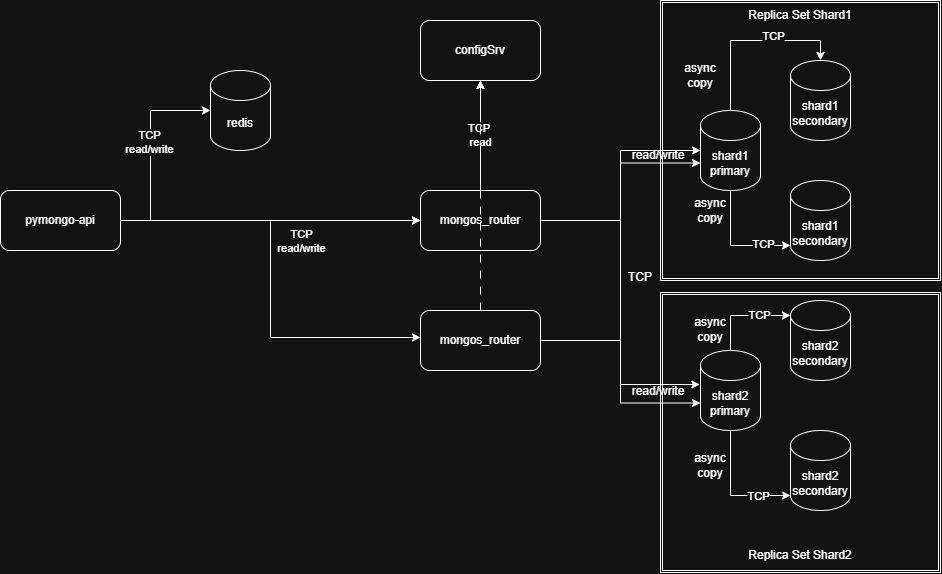
The draw.io diagram diagrams/task1_3.drawio.png in DevSMike/architecture-black_friday, before a commit. Source tidied: cells renumbered, new cells last; positions are measured from the earlier drawing's top-left corner, leaving out a move shared by most shapes.
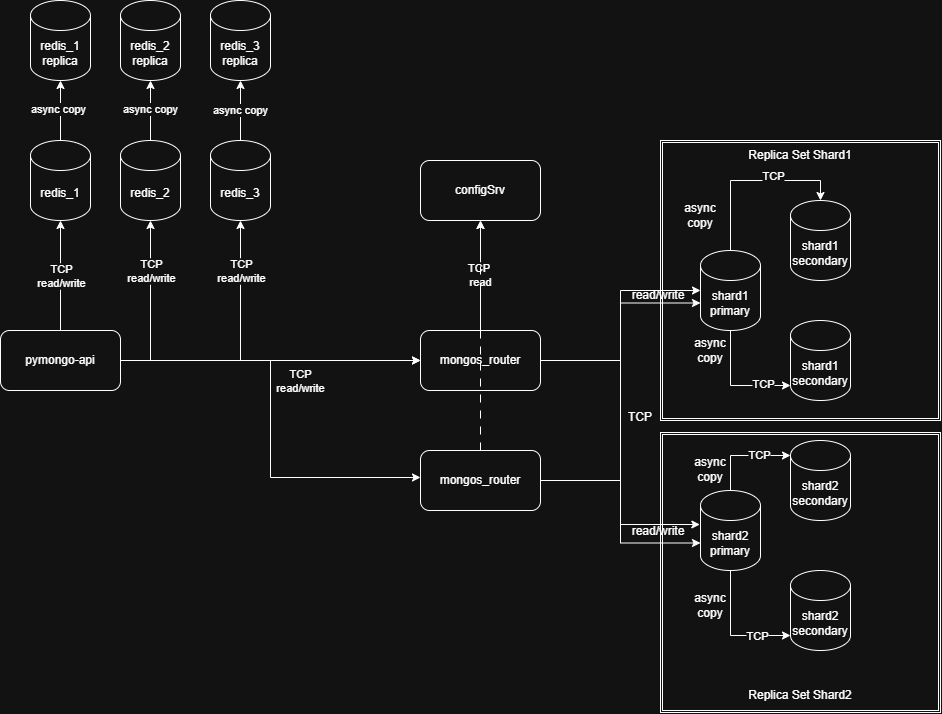
Above is the later version.

The edit, as a diff of the source:
```diff
@@ -117,19 +117,20 @@
     <mxCell id="38" value="async copy" style="text;html=1;whiteSpace=wrap;strokeColor=none;fillColor=none;align=center;verticalAlign=middle;rounded=0;" parent="1" vertex="1">
       <mxGeometry x="680" y="450" width="60" height="30" as="geometry" />
     </mxCell>
-    <mxCell id="39" value="redis" style="shape=cylinder3;whiteSpace=wrap;html=1;boundedLbl=1;backgroundOutline=1;size=15;" parent="1" vertex="1">
-      <mxGeometry x="210" y="70" width="60" height="80" as="geometry" />
+    <mxCell id="39" value="redis_2" style="shape=cylinder3;whiteSpace=wrap;html=1;boundedLbl=1;backgroundOutline=1;size=15;" parent="1" vertex="1">
+      <mxGeometry x="120" width="60" height="80" as="geometry" />
     </mxCell>
-    <mxCell id="40" style="edgeStyle=orthogonalEdgeStyle;rounded=0;jettySize=auto;html=1;entryX=0;entryY=0.5;entryDx=0;entryDy=0;entryPerimeter=0;defaultLabelBackgroundColor=page;" parent="1" edge="1" source="8" target="39">
-      <mxGeometry relative="1" as="geometry">
+    <mxCell id="40" style="edgeStyle=orthogonalEdgeStyle;rounded=0;jettySize=auto;html=1;entryX=0.5;entryY=1;entryDx=0;entryDy=0;entryPerimeter=0;defaultLabelBackgroundColor=page;" parent="1" edge="1" source="8" target="39">
+      <mxGeometry x="0.42" relative="1" as="geometry">
         <Array as="points">
           <mxPoint x="150" y="220" />
-          <mxPoint x="150" y="110" />
         </Array>
       </mxGeometry>
     </mxCell>
     <mxCell id="41" value="TCP&lt;div&gt;read/write&lt;/div&gt;" style="edgeLabel;html=1;align=center;verticalAlign=middle;inheritText=1;defaultLabelBackgroundColor=page;" parent="40" vertex="1">
-      <mxGeometry x="0.09" y="2" relative="1" as="geometry" />
+      <mxGeometry x="0.55" y="2" relative="1" as="geometry">
+        <mxPoint x="2" y="12" as="offset" />
+      </mxGeometry>
     </mxCell>
     <mxCell id="42" value="Replica Set Shard1" style="text;html=1;whiteSpace=wrap;strokeColor=none;fillColor=none;align=center;verticalAlign=middle;rounded=0;" parent="1" vertex="1">
       <mxGeometry x="740" width="120" height="30" as="geometry" />
@@ -137,5 +138,54 @@
     <mxCell id="43" value="Replica Set Shard2" style="text;html=1;whiteSpace=wrap;strokeColor=none;fillColor=none;align=center;verticalAlign=middle;rounded=0;" parent="1" vertex="1">
       <mxGeometry x="740" y="540" width="120" height="30" as="geometry" />
     </mxCell>
+    <mxCell id="44" value="redis_3" style="shape=cylinder3;whiteSpace=wrap;html=1;boundedLbl=1;backgroundOutline=1;size=15;" parent="1" vertex="1">
+      <mxGeometry x="210" width="60" height="80" as="geometry" />
+    </mxCell>
+    <mxCell id="45" value="redis_1" style="shape=cylinder3;whiteSpace=wrap;html=1;boundedLbl=1;backgroundOutline=1;size=15;" parent="1" vertex="1">
+      <mxGeometry x="30" width="60" height="80" as="geometry" />
+    </mxCell>
+    <mxCell id="46" style="edgeStyle=orthogonalEdgeStyle;rounded=0;jettySize=auto;html=1;entryX=0.5;entryY=1;entryDx=0;entryDy=0;entryPerimeter=0;defaultLabelBackgroundColor=page;labelPadding=0 4;" parent="1" edge="1" source="8" target="45">
+      <mxGeometry relative="1" as="geometry" />
+    </mxCell>
+    <mxCell id="47" value="TCP&lt;div&gt;read/write&lt;/div&gt;" style="edgeLabel;html=1;align=center;verticalAlign=middle;inheritText=1;defaultLabelBackgroundColor=page;labelPadding=0 4;" parent="46" vertex="1">
+      <mxGeometry x="0.01" y="-2" relative="1" as="geometry">
+        <mxPoint x="-2" as="offset" />
+      </mxGeometry>
+    </mxCell>
+    <mxCell id="48" style="edgeStyle=orthogonalEdgeStyle;rounded=0;jettySize=auto;html=1;entryX=0.5;entryY=1;entryDx=0;entryDy=0;entryPerimeter=0;defaultLabelBackgroundColor=page;labelPadding=0 4;" parent="1" edge="1" source="8" target="44">
+      <mxGeometry relative="1" as="geometry" />
+    </mxCell>
+    <mxCell id="49" value="TCP&lt;div&gt;read/write&lt;/div&gt;" style="edgeLabel;html=1;align=center;verticalAlign=middle;inheritText=1;defaultLabelBackgroundColor=page;labelPadding=0 4;" parent="48" vertex="1">
+      <mxGeometry x="0.56" y="-1" relative="1" as="geometry">
+        <mxPoint x="-1" y="-7" as="offset" />
+      </mxGeometry>
+    </mxCell>
+    <mxCell id="50" value="redis_2&lt;div&gt;replica&lt;/div&gt;" style="shape=cylinder3;whiteSpace=wrap;html=1;boundedLbl=1;backgroundOutline=1;size=15;" parent="1" vertex="1">
+      <mxGeometry x="120" y="-140" width="60" height="80" as="geometry" />
+    </mxCell>
+    <mxCell id="51" value="redis_3&lt;div&gt;replica&lt;/div&gt;" style="shape=cylinder3;whiteSpace=wrap;html=1;boundedLbl=1;backgroundOutline=1;size=15;" parent="1" vertex="1">
+      <mxGeometry x="210" y="-140" width="60" height="80" as="geometry" />
+    </mxCell>
+    <mxCell id="52" value="redis_1&lt;div&gt;replica&lt;/div&gt;" style="shape=cylinder3;whiteSpace=wrap;html=1;boundedLbl=1;backgroundOutline=1;size=15;" parent="1" vertex="1">
+      <mxGeometry x="30" y="-140" width="60" height="80" as="geometry" />
+    </mxCell>
+    <mxCell id="53" style="edgeStyle=orthogonalEdgeStyle;rounded=0;jettySize=auto;html=1;entryX=0.5;entryY=1;entryDx=0;entryDy=0;entryPerimeter=0;defaultLabelBackgroundColor=page;labelPadding=0 4;" parent="1" edge="1" source="44" target="51">
+      <mxGeometry relative="1" as="geometry" />
+    </mxCell>
+    <mxCell id="54" value="async copy" style="edgeLabel;html=1;align=center;verticalAlign=middle;inheritText=1;defaultLabelBackgroundColor=page;labelPadding=0 4;" parent="53" vertex="1">
+      <mxGeometry y="1" relative="1" as="geometry" />
+    </mxCell>
+    <mxCell id="55" style="edgeStyle=orthogonalEdgeStyle;rounded=0;jettySize=auto;html=1;entryX=0.5;entryY=1;entryDx=0;entryDy=0;entryPerimeter=0;defaultLabelBackgroundColor=page;labelPadding=0 4;" parent="1" edge="1" source="39" target="50">
+      <mxGeometry relative="1" as="geometry" />
+    </mxCell>
+    <mxCell id="56" value="async copy" style="edgeLabel;html=1;align=center;verticalAlign=middle;inheritText=1;defaultLabelBackgroundColor=page;labelPadding=0 4;" parent="55" vertex="1">
+      <mxGeometry x="0.08" y="1" relative="1" as="geometry" />
+    </mxCell>
+    <mxCell id="57" style="edgeStyle=orthogonalEdgeStyle;rounded=0;jettySize=auto;html=1;entryX=0.5;entryY=1;entryDx=0;entryDy=0;entryPerimeter=0;defaultLabelBackgroundColor=page;labelPadding=0 4;" parent="1" edge="1" source="45" target="52">
+      <mxGeometry relative="1" as="geometry" />
+    </mxCell>
+    <mxCell id="58" value="async copy" style="edgeLabel;html=1;align=center;verticalAlign=middle;inheritText=1;defaultLabelBackgroundColor=page;labelPadding=0 4;" parent="57" vertex="1">
+      <mxGeometry x="0.08" y="3" relative="1" as="geometry" />
+    </mxCell>
   </root>
 </mxGraphModel>
```
